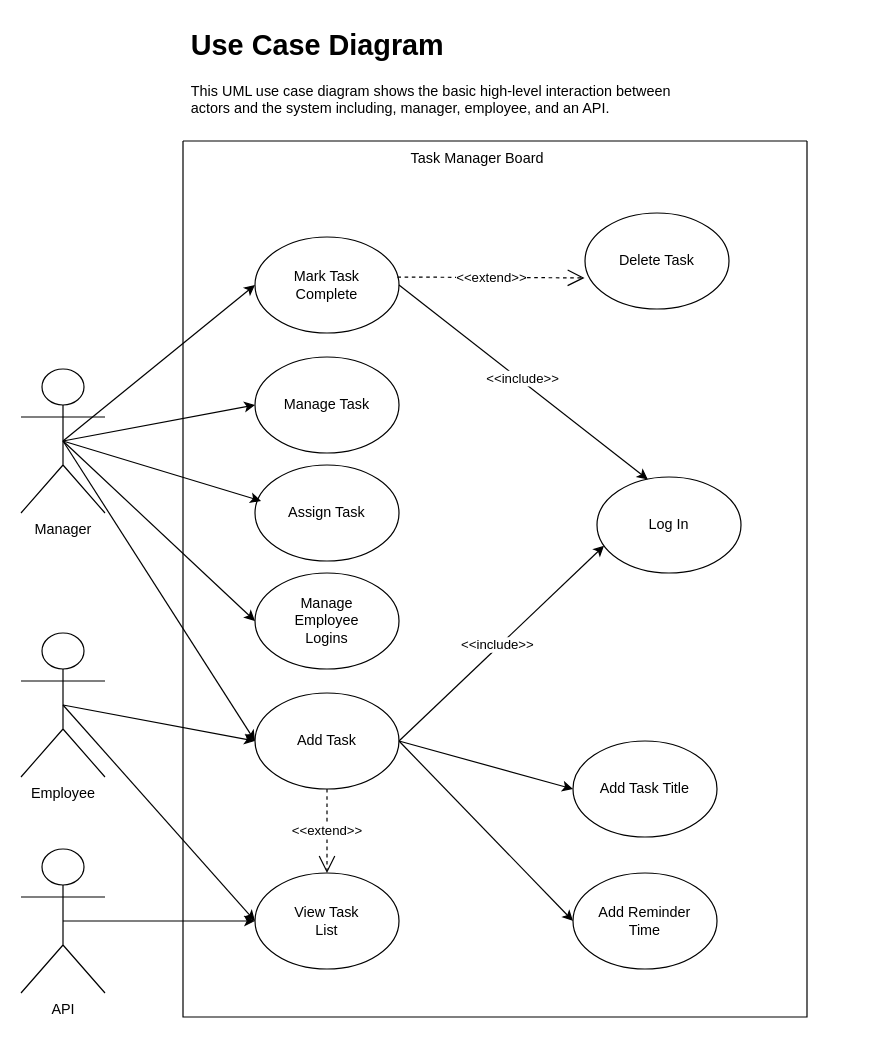
The draw.io diagram page "Use-Case" (1 of 4) of TaskManager/Task_Manager.drawio in GwinzTV/SoftwareDesign, before the edit. Source tidied: cells renumbered, new cells numbered last; positions are measured from the earlier drawing's top-left corner, leaving out a move shared by most shapes. Both pictures are drawn from the tidied source at 120%, with x=0, y=0 at pixel (20, 20).
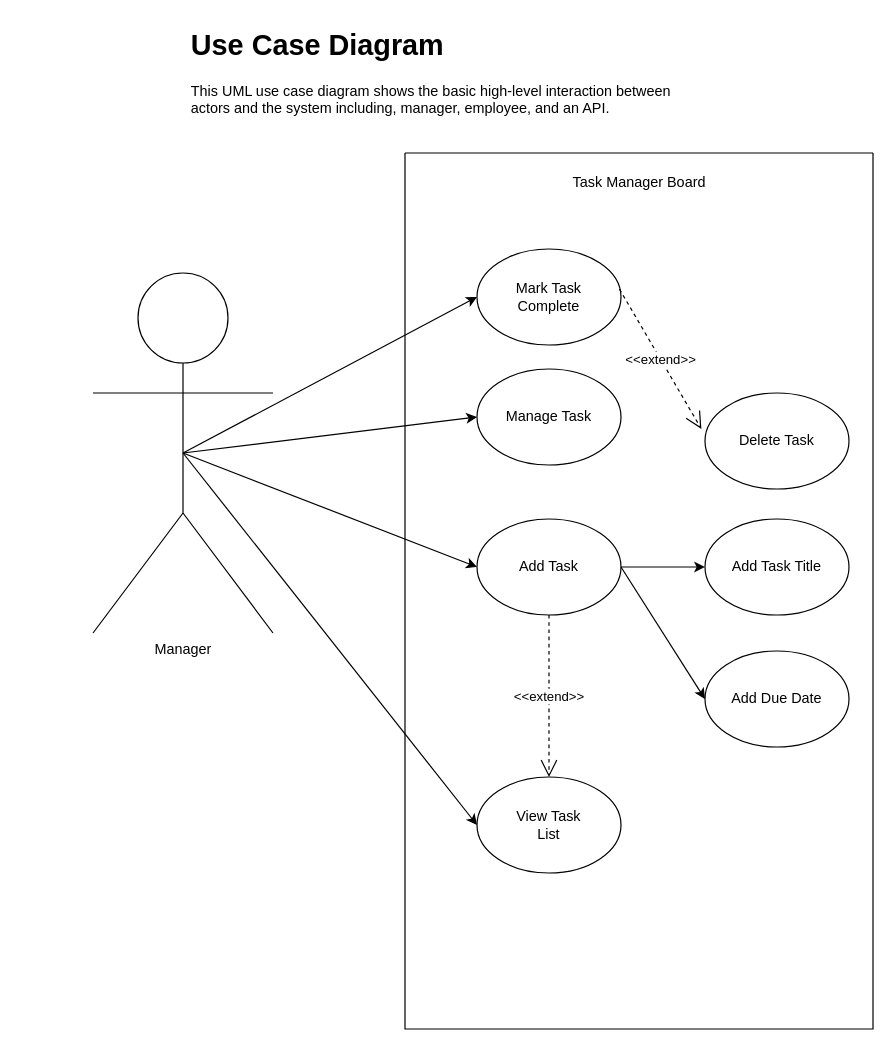
The same diagram, later.

Unchanged cells that the change refers to:
```xml
<mxCell id="3" value="Mark Task&lt;div&gt;Complete&lt;/div&gt;" style="ellipse;whiteSpace=wrap;html=1;" parent="2" vertex="1">
  <mxGeometry x="60" y="80" width="120" height="80" as="geometry" />
</mxCell>
```

The edit, as a diff of the source:
```diff
@@
     <mxCell id="2" style="swimlane;startSize=0;" parent="1" vertex="1">
-      <mxGeometry x="135" y="100" width="520" height="730" as="geometry" />
+      <mxGeometry x="320" y="110" width="390" height="730" as="geometry" />
     </mxCell>
@@
     <mxCell id="4" value="Add Task" style="ellipse;whiteSpace=wrap;html=1;" parent="2" vertex="1">
-      <mxGeometry x="60" y="460" width="120" height="80" as="geometry" />
+      <mxGeometry x="60" y="305" width="120" height="80" as="geometry" />
     </mxCell>
     <mxCell id="5" value="View Task&lt;div&gt;List&lt;/div&gt;" style="ellipse;whiteSpace=wrap;html=1;" parent="2" vertex="1">
-      <mxGeometry x="60" y="610" width="120" height="80" as="geometry" />
+      <mxGeometry x="60" y="520" width="120" height="80" as="geometry" />
     </mxCell>
-    <mxCell id="6" value="Log In" style="ellipse;whiteSpace=wrap;html=1;" parent="2" vertex="1">
-      <mxGeometry x="345" y="280" width="120" height="80" as="geometry" />
-    </mxCell>
     <mxCell id="7" value="Add Task Title" style="ellipse;whiteSpace=wrap;html=1;" parent="2" vertex="1">
-      <mxGeometry x="325" y="500" width="120" height="80" as="geometry" />
+      <mxGeometry x="250" y="305" width="120" height="80" as="geometry" />
     </mxCell>
-    <mxCell id="8" value="Add Reminder&lt;div&gt;Time&lt;/div&gt;" style="ellipse;whiteSpace=wrap;html=1;" parent="2" vertex="1">
-      <mxGeometry x="325" y="610" width="120" height="80" as="geometry" />
+    <mxCell id="8" value="Add Due Date" style="ellipse;whiteSpace=wrap;html=1;" parent="2" vertex="1">
+      <mxGeometry x="250" y="415" width="120" height="80" as="geometry" />
     </mxCell>
-    <mxCell id="9" style="endArrow=classic;html=1;rounded=0;exitX=1;exitY=0.5;exitDx=0;exitDy=0;entryX=0.049;entryY=0.716;entryDx=0;entryDy=0;entryPerimeter=0;" parent="2" edge="1" source="4" target="6">
-      <mxGeometry relative="1" as="geometry" />
-    </mxCell>
-    <mxCell id="10" value="&amp;lt;&amp;lt;include&amp;gt;&amp;gt;" style="edgeLabel;html=1;align=center;verticalAlign=middle;" parent="9" vertex="1">
-      <mxGeometry x="-0.03" y="2" relative="1" as="geometry" />
-    </mxCell>
-    <mxCell id="11" style="endArrow=classic;html=1;rounded=0;entryX=0.353;entryY=0.025;entryDx=0;entryDy=0;exitX=1;exitY=0.5;exitDx=0;exitDy=0;entryPerimeter=0;" parent="2" edge="1" source="3" target="6">
-      <mxGeometry relative="1" as="geometry" />
-    </mxCell>
-    <mxCell id="12" value="&amp;lt;&amp;lt;include&amp;gt;&amp;gt;" style="edgeLabel;html=1;align=center;verticalAlign=middle;" parent="11" vertex="1">
-      <mxGeometry x="-0.03" y="2" relative="1" as="geometry" />
-    </mxCell>
@@
     <mxCell id="16" value="Task Manager Board" style="text;html=1;align=center;verticalAlign=middle;strokeColor=none;fillColor=none;" parent="2" vertex="1">
-      <mxGeometry x="180" width="130" height="30" as="geometry" />
+      <mxGeometry x="130" y="10" width="130" height="30" as="geometry" />
     </mxCell>
     <mxCell id="17" value="Delete Task" style="ellipse;whiteSpace=wrap;html=1;" parent="2" vertex="1">
-      <mxGeometry x="335" y="60" width="120" height="80" as="geometry" />
+      <mxGeometry x="250" y="200" width="120" height="80" as="geometry" />
     </mxCell>
-    <mxCell id="18" value="&amp;lt;&amp;lt;extend&amp;gt;&amp;gt;" style="endArrow=open;endSize=12;dashed=1;html=1;rounded=0;exitX=0.989;exitY=0.417;exitDx=0;exitDy=0;entryX=-0.003;entryY=0.676;entryDx=0;entryDy=0;exitPerimeter=0;entryPerimeter=0;" parent="2" edge="1" source="3" target="17">
+    <mxCell id="18" value="&amp;lt;&amp;lt;extend&amp;gt;&amp;gt;" style="endArrow=open;endSize=12;dashed=1;html=1;rounded=0;exitX=0.989;exitY=0.417;exitDx=0;exitDy=0;entryX=-0.025;entryY=0.375;entryDx=0;entryDy=0;exitPerimeter=0;entryPerimeter=0;" parent="2" edge="1" source="3" target="17">
       <mxGeometry relative="1" as="geometry" />
     </mxCell>
@@
-    <mxCell id="20" value="Assign Task" style="ellipse;whiteSpace=wrap;html=1;" parent="2" vertex="1">
-      <mxGeometry x="60" y="270" width="120" height="80" as="geometry" />
-    </mxCell>
-    <mxCell id="21" value="Manage&lt;div&gt;Employee&lt;/div&gt;&lt;div&gt;Logins&lt;/div&gt;" style="ellipse;whiteSpace=wrap;html=1;" parent="2" vertex="1">
-      <mxGeometry x="60" y="360" width="120" height="80" as="geometry" />
-    </mxCell>
     <mxCell id="22" value="Manager" style="shape=umlActor;verticalLabelPosition=bottom;verticalAlign=top;html=1;outlineConnect=0;" parent="1" vertex="1">
-      <mxGeometry y="290" width="70" height="120" as="geometry" />
+      <mxGeometry x="60" y="210" width="150" height="300" as="geometry" />
     </mxCell>
@@
-    <mxCell id="25" value="Employee" style="shape=umlActor;verticalLabelPosition=bottom;verticalAlign=top;html=1;outlineConnect=0;" parent="1" vertex="1">
-      <mxGeometry y="510" width="70" height="120" as="geometry" />
-    </mxCell>
-    <mxCell id="26" style="endArrow=classic;html=1;rounded=0;entryX=0;entryY=0.5;entryDx=0;entryDy=0;exitX=0.5;exitY=0.5;exitDx=0;exitDy=0;exitPerimeter=0;" parent="1" edge="1" source="25" target="4">
-      <mxGeometry relative="1" as="geometry" />
-    </mxCell>
-    <mxCell id="27" style="endArrow=classic;html=1;rounded=0;entryX=0;entryY=0.5;entryDx=0;entryDy=0;exitX=0.5;exitY=0.5;exitDx=0;exitDy=0;exitPerimeter=0;" parent="1" edge="1" source="25" target="5">
+    <mxCell id="27" style="endArrow=classic;html=1;rounded=0;entryX=0;entryY=0.5;entryDx=0;entryDy=0;exitX=0.5;exitY=0.5;exitDx=0;exitDy=0;exitPerimeter=0;" parent="1" edge="1" source="22" target="5">
       <mxGeometry relative="1" as="geometry" />
     </mxCell>
-    <mxCell id="28" value="API" style="shape=umlActor;verticalLabelPosition=bottom;verticalAlign=top;html=1;outlineConnect=0;" parent="1" vertex="1">
-      <mxGeometry y="690" width="70" height="120" as="geometry" />
-    </mxCell>
-    <mxCell id="29" style="endArrow=classic;html=1;rounded=0;entryX=0;entryY=0.5;entryDx=0;entryDy=0;exitX=0.5;exitY=0.5;exitDx=0;exitDy=0;exitPerimeter=0;" parent="1" edge="1" source="28" target="5">
-      <mxGeometry relative="1" as="geometry" />
-    </mxCell>
@@
-    <mxCell id="32" style="endArrow=classic;html=1;rounded=0;exitX=0.5;exitY=0.5;exitDx=0;exitDy=0;exitPerimeter=0;entryX=0.042;entryY=0.375;entryDx=0;entryDy=0;entryPerimeter=0;" parent="1" edge="1" source="22" target="20">
-      <mxGeometry relative="1" as="geometry" />
-    </mxCell>
-    <mxCell id="33" style="endArrow=classic;html=1;rounded=0;exitX=0.5;exitY=0.5;exitDx=0;exitDy=0;exitPerimeter=0;entryX=0;entryY=0.5;entryDx=0;entryDy=0;" parent="1" edge="1" source="22" target="21">
-      <mxGeometry relative="1" as="geometry" />
-    </mxCell>
```
